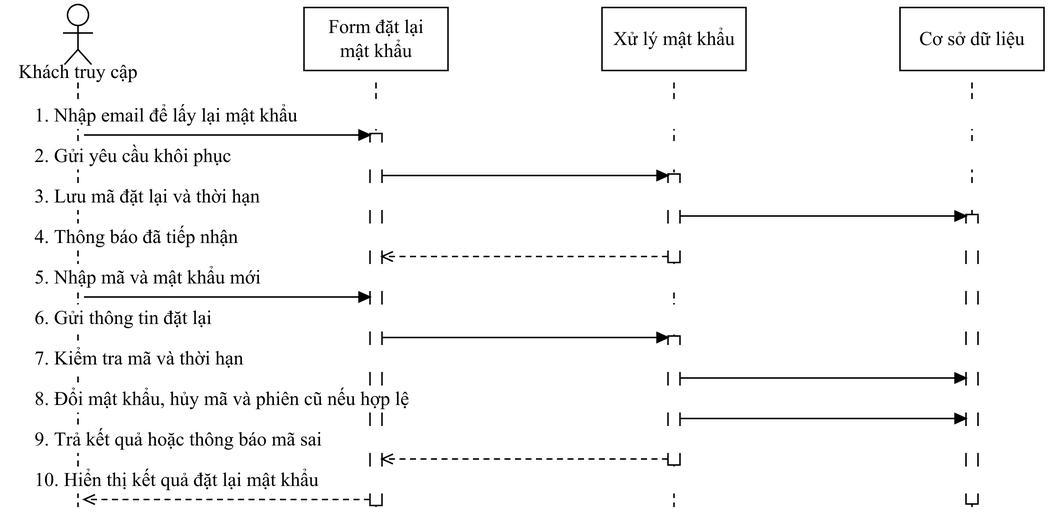
Loccao102/BanHang keeps this draw.io diagram as docs/do-an-LSOUL/So-do-LSOUL-rut-gon/anh-png/SEQ-03.png. Above is the earlier version. Source tidied: cells renumbered, new cells last; positions are measured from the earlier drawing's top-left corner, leaving out a move shared by most shapes.
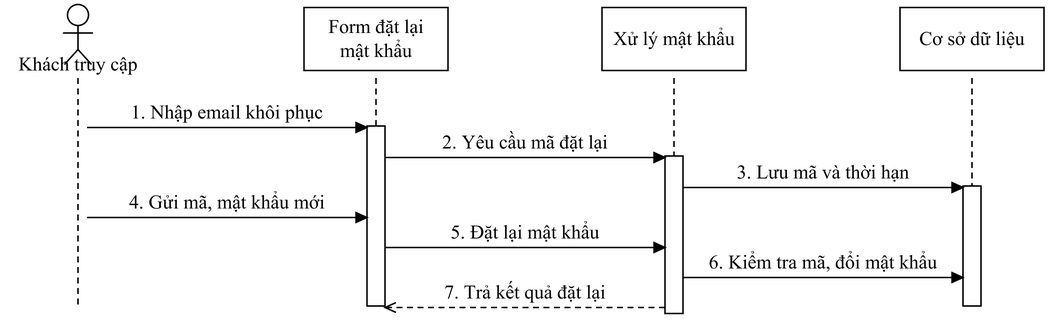
The same file after the commit.

The edit, as a diff of the source:
```diff
@@ -4,160 +4,130 @@
     <mxCell id="1" parent="0" />
     <mxCell id="2" style="fontFamily=Times New Roman;fontSize=13;fontColor=#000000;strokeColor=#000000;strokeWidth=1;fillColor=#FFFFFF;shadow=0;rounded=0;html=0;whiteSpace=wrap;spacing=5;endArrow=none;endFill=1;startArrow=none;dashed=1;dashPattern=4 3;" parent="1" edge="1">
       <mxGeometry relative="1" as="geometry">
-        <mxPoint x="48" y="52" as="sourcePoint" />
-        <mxPoint x="48" y="335" as="targetPoint" />
+        <mxPoint x="48" y="49" as="sourcePoint" />
+        <mxPoint x="48" y="203" as="targetPoint" />
       </mxGeometry>
     </mxCell>
     <mxCell id="3" style="fontFamily=Times New Roman;fontSize=13;fontColor=#000000;strokeColor=#000000;strokeWidth=1;fillColor=#FFFFFF;shadow=0;rounded=0;html=0;whiteSpace=wrap;spacing=5;endArrow=none;endFill=1;startArrow=none;dashed=1;dashPattern=4 3;" parent="1" edge="1">
       <mxGeometry relative="1" as="geometry">
-        <mxPoint x="246.7" y="52" as="sourcePoint" />
-        <mxPoint x="246.7" y="335" as="targetPoint" />
+        <mxPoint x="246.7" y="49" as="sourcePoint" />
+        <mxPoint x="246.7" y="203" as="targetPoint" />
       </mxGeometry>
     </mxCell>
     <mxCell id="4" style="fontFamily=Times New Roman;fontSize=13;fontColor=#000000;strokeColor=#000000;strokeWidth=1;fillColor=#FFFFFF;shadow=0;rounded=0;html=0;whiteSpace=wrap;spacing=5;endArrow=none;endFill=1;startArrow=none;dashed=1;dashPattern=4 3;" parent="1" edge="1">
       <mxGeometry relative="1" as="geometry">
-        <mxPoint x="445.3" y="52" as="sourcePoint" />
-        <mxPoint x="445.3" y="335" as="targetPoint" />
+        <mxPoint x="445.3" y="49" as="sourcePoint" />
+        <mxPoint x="445.3" y="203" as="targetPoint" />
       </mxGeometry>
     </mxCell>
     <mxCell id="5" style="fontFamily=Times New Roman;fontSize=13;fontColor=#000000;strokeColor=#000000;strokeWidth=1;fillColor=#FFFFFF;shadow=0;rounded=0;html=0;whiteSpace=wrap;spacing=5;endArrow=none;endFill=1;startArrow=none;dashed=1;dashPattern=4 3;" parent="1" edge="1">
       <mxGeometry relative="1" as="geometry">
-        <mxPoint x="644" y="52" as="sourcePoint" />
-        <mxPoint x="644" y="335" as="targetPoint" />
+        <mxPoint x="644" y="49" as="sourcePoint" />
+        <mxPoint x="644" y="203" as="targetPoint" />
       </mxGeometry>
     </mxCell>
     <mxCell id="6" style="fontFamily=Times New Roman;fontSize=13;fontColor=#000000;strokeColor=#000000;strokeWidth=1;fillColor=#FFFFFF;shadow=0;rounded=0;html=0;whiteSpace=wrap;spacing=5;align=center;verticalAlign=middle;" parent="1" vertex="1">
-      <mxGeometry x="441.3" y="113" width="8" height="59" as="geometry" />
+      <mxGeometry x="439.3" y="101" width="12" height="105" as="geometry" />
     </mxCell>
     <mxCell id="7" style="fontFamily=Times New Roman;fontSize=13;fontColor=#000000;strokeColor=#000000;strokeWidth=1;fillColor=#FFFFFF;shadow=0;rounded=0;html=0;whiteSpace=wrap;spacing=5;align=center;verticalAlign=middle;" parent="1" vertex="1">
-      <mxGeometry x="441.3" y="221" width="8" height="86" as="geometry" />
+      <mxGeometry x="240.7" y="81" width="12" height="120" as="geometry" />
     </mxCell>
     <mxCell id="8" style="fontFamily=Times New Roman;fontSize=13;fontColor=#000000;strokeColor=#000000;strokeWidth=1;fillColor=#FFFFFF;shadow=0;rounded=0;html=0;whiteSpace=wrap;spacing=5;align=center;verticalAlign=middle;" parent="1" vertex="1">
-      <mxGeometry x="242.7" y="86" width="8" height="248" as="geometry" />
+      <mxGeometry x="638" y="121" width="12" height="80" as="geometry" />
     </mxCell>
-    <mxCell id="9" style="fontFamily=Times New Roman;fontSize=13;fontColor=#000000;strokeColor=#000000;strokeWidth=1;fillColor=#FFFFFF;shadow=0;rounded=0;html=0;whiteSpace=wrap;spacing=5;align=center;verticalAlign=middle;" parent="1" vertex="1">
-      <mxGeometry x="640" y="140" width="8" height="193" as="geometry" />
+    <mxCell id="9" value="1. Nhập email khôi phục" style="fontFamily=Times New Roman;fontSize=13;fontColor=#000000;strokeColor=#000000;strokeWidth=1;fillColor=#FFFFFF;shadow=0;rounded=0;html=0;whiteSpace=wrap;spacing=5;text;strokeColor=none;fillColor=none;align=center;verticalAlign=middle;fillColor=#FFFFFF;" parent="1" vertex="1">
+      <mxGeometry x="59" y="63" width="176.7" height="18" as="geometry" />
     </mxCell>
-    <mxCell id="10" value="1. Nhập email để lấy lại mật khẩu" style="fontFamily=Times New Roman;fontSize=13;fontColor=#000000;strokeColor=#000000;strokeWidth=1;fillColor=#FFFFFF;shadow=0;rounded=0;html=0;whiteSpace=wrap;spacing=5;text;strokeColor=none;fillColor=none;align=left;verticalAlign=middle;fillColor=#FFFFFF;" parent="1" vertex="1">
-      <mxGeometry x="14" y="65" width="664" height="18" as="geometry" />
+    <mxCell id="10" style="fontFamily=Times New Roman;fontSize=13;fontColor=#000000;strokeColor=#000000;strokeWidth=1;fillColor=#FFFFFF;shadow=0;rounded=0;html=0;whiteSpace=wrap;spacing=5;endArrow=block;endFill=1;startArrow=none;" parent="1" edge="1">
+      <mxGeometry relative="1" as="geometry">
+        <mxPoint x="54" y="82" as="sourcePoint" />
+        <mxPoint x="240.7" y="82" as="targetPoint" />
+      </mxGeometry>
     </mxCell>
-    <mxCell id="11" style="fontFamily=Times New Roman;fontSize=13;fontColor=#000000;strokeColor=#000000;strokeWidth=1;fillColor=#FFFFFF;shadow=0;rounded=0;html=0;whiteSpace=wrap;spacing=5;endArrow=block;endFill=1;startArrow=none;" parent="1" edge="1">
-      <mxGeometry relative="1" as="geometry">
-        <mxPoint x="52" y="87" as="sourcePoint" />
-        <mxPoint x="242.7" y="87" as="targetPoint" />
-      </mxGeometry>
+    <mxCell id="11" value="2. Yêu cầu mã đặt lại" style="fontFamily=Times New Roman;fontSize=13;fontColor=#000000;strokeColor=#000000;strokeWidth=1;fillColor=#FFFFFF;shadow=0;rounded=0;html=0;whiteSpace=wrap;spacing=5;text;strokeColor=none;fillColor=none;align=center;verticalAlign=middle;fillColor=#FFFFFF;" parent="1" vertex="1">
+      <mxGeometry x="257.7" y="83" width="176.7" height="18" as="geometry" />
     </mxCell>
-    <mxCell id="12" value="2. Gửi yêu cầu khôi phục" style="fontFamily=Times New Roman;fontSize=13;fontColor=#000000;strokeColor=#000000;strokeWidth=1;fillColor=#FFFFFF;shadow=0;rounded=0;html=0;whiteSpace=wrap;spacing=5;text;strokeColor=none;fillColor=none;align=left;verticalAlign=middle;fillColor=#FFFFFF;" parent="1" vertex="1">
-      <mxGeometry x="14" y="92" width="664" height="18" as="geometry" />
+    <mxCell id="12" style="fontFamily=Times New Roman;fontSize=13;fontColor=#000000;strokeColor=#000000;strokeWidth=1;fillColor=#FFFFFF;shadow=0;rounded=0;html=0;whiteSpace=wrap;spacing=5;endArrow=block;endFill=1;startArrow=none;" parent="1" edge="1">
+      <mxGeometry relative="1" as="geometry">
+        <mxPoint x="252.7" y="102" as="sourcePoint" />
+        <mxPoint x="439.3" y="102" as="targetPoint" />
+      </mxGeometry>
     </mxCell>
-    <mxCell id="13" style="fontFamily=Times New Roman;fontSize=13;fontColor=#000000;strokeColor=#000000;strokeWidth=1;fillColor=#FFFFFF;shadow=0;rounded=0;html=0;whiteSpace=wrap;spacing=5;endArrow=block;endFill=1;startArrow=none;" parent="1" edge="1">
-      <mxGeometry relative="1" as="geometry">
-        <mxPoint x="250.7" y="114" as="sourcePoint" />
-        <mxPoint x="441.3" y="114" as="targetPoint" />
-      </mxGeometry>
+    <mxCell id="13" value="3. Lưu mã và thời hạn" style="fontFamily=Times New Roman;fontSize=13;fontColor=#000000;strokeColor=#000000;strokeWidth=1;fillColor=#FFFFFF;shadow=0;rounded=0;html=0;whiteSpace=wrap;spacing=5;text;strokeColor=none;fillColor=none;align=center;verticalAlign=middle;fillColor=#FFFFFF;" parent="1" vertex="1">
+      <mxGeometry x="456.3" y="103" width="176.7" height="18" as="geometry" />
     </mxCell>
-    <mxCell id="14" value="3. Lưu mã đặt lại và thời hạn" style="fontFamily=Times New Roman;fontSize=13;fontColor=#000000;strokeColor=#000000;strokeWidth=1;fillColor=#FFFFFF;shadow=0;rounded=0;html=0;whiteSpace=wrap;spacing=5;text;strokeColor=none;fillColor=none;align=left;verticalAlign=middle;fillColor=#FFFFFF;" parent="1" vertex="1">
-      <mxGeometry x="14" y="119" width="664" height="18" as="geometry" />
+    <mxCell id="14" style="fontFamily=Times New Roman;fontSize=13;fontColor=#000000;strokeColor=#000000;strokeWidth=1;fillColor=#FFFFFF;shadow=0;rounded=0;html=0;whiteSpace=wrap;spacing=5;endArrow=block;endFill=1;startArrow=none;" parent="1" edge="1">
+      <mxGeometry relative="1" as="geometry">
+        <mxPoint x="451.3" y="122" as="sourcePoint" />
+        <mxPoint x="638" y="122" as="targetPoint" />
+      </mxGeometry>
     </mxCell>
-    <mxCell id="15" style="fontFamily=Times New Roman;fontSize=13;fontColor=#000000;strokeColor=#000000;strokeWidth=1;fillColor=#FFFFFF;shadow=0;rounded=0;html=0;whiteSpace=wrap;spacing=5;endArrow=block;endFill=1;startArrow=none;" parent="1" edge="1">
-      <mxGeometry relative="1" as="geometry">
-        <mxPoint x="449.3" y="141" as="sourcePoint" />
-        <mxPoint x="640" y="141" as="targetPoint" />
-      </mxGeometry>
+    <mxCell id="15" value="4. Gửi mã, mật khẩu mới" style="fontFamily=Times New Roman;fontSize=13;fontColor=#000000;strokeColor=#000000;strokeWidth=1;fillColor=#FFFFFF;shadow=0;rounded=0;html=0;whiteSpace=wrap;spacing=5;text;strokeColor=none;fillColor=none;align=center;verticalAlign=middle;fillColor=#FFFFFF;" parent="1" vertex="1">
+      <mxGeometry x="59" y="123" width="176.7" height="18" as="geometry" />
     </mxCell>
-    <mxCell id="16" value="4. Thông báo đã tiếp nhận" style="fontFamily=Times New Roman;fontSize=13;fontColor=#000000;strokeColor=#000000;strokeWidth=1;fillColor=#FFFFFF;shadow=0;rounded=0;html=0;whiteSpace=wrap;spacing=5;text;strokeColor=none;fillColor=none;align=left;verticalAlign=middle;fillColor=#FFFFFF;" parent="1" vertex="1">
-      <mxGeometry x="14" y="146" width="664" height="18" as="geometry" />
+    <mxCell id="16" style="fontFamily=Times New Roman;fontSize=13;fontColor=#000000;strokeColor=#000000;strokeWidth=1;fillColor=#FFFFFF;shadow=0;rounded=0;html=0;whiteSpace=wrap;spacing=5;endArrow=block;endFill=1;startArrow=none;" parent="1" edge="1">
+      <mxGeometry relative="1" as="geometry">
+        <mxPoint x="54" y="142" as="sourcePoint" />
+        <mxPoint x="240.7" y="142" as="targetPoint" />
+      </mxGeometry>
     </mxCell>
-    <mxCell id="17" style="fontFamily=Times New Roman;fontSize=13;fontColor=#000000;strokeColor=#000000;strokeWidth=1;fillColor=#FFFFFF;shadow=0;rounded=0;html=0;whiteSpace=wrap;spacing=5;endArrow=open;endFill=1;startArrow=none;dashed=1;dashPattern=4 3;" parent="1" edge="1">
-      <mxGeometry relative="1" as="geometry">
-        <mxPoint x="441.3" y="168" as="sourcePoint" />
-        <mxPoint x="250.7" y="168" as="targetPoint" />
-      </mxGeometry>
+    <mxCell id="17" value="5. Đặt lại mật khẩu" style="fontFamily=Times New Roman;fontSize=13;fontColor=#000000;strokeColor=#000000;strokeWidth=1;fillColor=#FFFFFF;shadow=0;rounded=0;html=0;whiteSpace=wrap;spacing=5;text;strokeColor=none;fillColor=none;align=center;verticalAlign=middle;fillColor=#FFFFFF;" parent="1" vertex="1">
+      <mxGeometry x="257.7" y="143" width="176.7" height="18" as="geometry" />
     </mxCell>
-    <mxCell id="18" value="5. Nhập mã và mật khẩu mới" style="fontFamily=Times New Roman;fontSize=13;fontColor=#000000;strokeColor=#000000;strokeWidth=1;fillColor=#FFFFFF;shadow=0;rounded=0;html=0;whiteSpace=wrap;spacing=5;text;strokeColor=none;fillColor=none;align=left;verticalAlign=middle;fillColor=#FFFFFF;" parent="1" vertex="1">
-      <mxGeometry x="14" y="173" width="664" height="18" as="geometry" />
+    <mxCell id="18" style="fontFamily=Times New Roman;fontSize=13;fontColor=#000000;strokeColor=#000000;strokeWidth=1;fillColor=#FFFFFF;shadow=0;rounded=0;html=0;whiteSpace=wrap;spacing=5;endArrow=block;endFill=1;startArrow=none;" parent="1" edge="1">
+      <mxGeometry relative="1" as="geometry">
+        <mxPoint x="252.7" y="162" as="sourcePoint" />
+        <mxPoint x="439.3" y="162" as="targetPoint" />
+      </mxGeometry>
     </mxCell>
-    <mxCell id="19" style="fontFamily=Times New Roman;fontSize=13;fontColor=#000000;strokeColor=#000000;strokeWidth=1;fillColor=#FFFFFF;shadow=0;rounded=0;html=0;whiteSpace=wrap;spacing=5;endArrow=block;endFill=1;startArrow=none;" parent="1" edge="1">
-      <mxGeometry relative="1" as="geometry">
-        <mxPoint x="52" y="195" as="sourcePoint" />
-        <mxPoint x="242.7" y="195" as="targetPoint" />
-      </mxGeometry>
+    <mxCell id="19" value="6. Kiểm tra mã, đổi mật khẩu" style="fontFamily=Times New Roman;fontSize=13;fontColor=#000000;strokeColor=#000000;strokeWidth=1;fillColor=#FFFFFF;shadow=0;rounded=0;html=0;whiteSpace=wrap;spacing=5;text;strokeColor=none;fillColor=none;align=center;verticalAlign=middle;fillColor=#FFFFFF;" parent="1" vertex="1">
+      <mxGeometry x="456.3" y="163" width="176.7" height="18" as="geometry" />
     </mxCell>
-    <mxCell id="20" value="6. Gửi thông tin đặt lại" style="fontFamily=Times New Roman;fontSize=13;fontColor=#000000;strokeColor=#000000;strokeWidth=1;fillColor=#FFFFFF;shadow=0;rounded=0;html=0;whiteSpace=wrap;spacing=5;text;strokeColor=none;fillColor=none;align=left;verticalAlign=middle;fillColor=#FFFFFF;" parent="1" vertex="1">
-      <mxGeometry x="14" y="200" width="664" height="18" as="geometry" />
+    <mxCell id="20" style="fontFamily=Times New Roman;fontSize=13;fontColor=#000000;strokeColor=#000000;strokeWidth=1;fillColor=#FFFFFF;shadow=0;rounded=0;html=0;whiteSpace=wrap;spacing=5;endArrow=block;endFill=1;startArrow=none;" parent="1" edge="1">
+      <mxGeometry relative="1" as="geometry">
+        <mxPoint x="451.3" y="182" as="sourcePoint" />
+        <mxPoint x="638" y="182" as="targetPoint" />
+      </mxGeometry>
     </mxCell>
-    <mxCell id="21" style="fontFamily=Times New Roman;fontSize=13;fontColor=#000000;strokeColor=#000000;strokeWidth=1;fillColor=#FFFFFF;shadow=0;rounded=0;html=0;whiteSpace=wrap;spacing=5;endArrow=block;endFill=1;startArrow=none;" parent="1" edge="1">
-      <mxGeometry relative="1" as="geometry">
-        <mxPoint x="250.7" y="222" as="sourcePoint" />
-        <mxPoint x="441.3" y="222" as="targetPoint" />
-      </mxGeometry>
+    <mxCell id="21" value="7. Trả kết quả đặt lại" style="fontFamily=Times New Roman;fontSize=13;fontColor=#000000;strokeColor=#000000;strokeWidth=1;fillColor=#FFFFFF;shadow=0;rounded=0;html=0;whiteSpace=wrap;spacing=5;text;strokeColor=none;fillColor=none;align=center;verticalAlign=middle;fillColor=#FFFFFF;" parent="1" vertex="1">
+      <mxGeometry x="257.7" y="183" width="176.7" height="18" as="geometry" />
     </mxCell>
-    <mxCell id="22" value="7. Kiểm tra mã và thời hạn" style="fontFamily=Times New Roman;fontSize=13;fontColor=#000000;strokeColor=#000000;strokeWidth=1;fillColor=#FFFFFF;shadow=0;rounded=0;html=0;whiteSpace=wrap;spacing=5;text;strokeColor=none;fillColor=none;align=left;verticalAlign=middle;fillColor=#FFFFFF;" parent="1" vertex="1">
-      <mxGeometry x="14" y="227" width="664" height="18" as="geometry" />
+    <mxCell id="22" style="fontFamily=Times New Roman;fontSize=13;fontColor=#000000;strokeColor=#000000;strokeWidth=1;fillColor=#FFFFFF;shadow=0;rounded=0;html=0;whiteSpace=wrap;spacing=5;endArrow=open;endFill=1;startArrow=none;dashed=1;dashPattern=4 3;" parent="1" edge="1">
+      <mxGeometry relative="1" as="geometry">
+        <mxPoint x="439.3" y="202" as="sourcePoint" />
+        <mxPoint x="252.7" y="202" as="targetPoint" />
+      </mxGeometry>
     </mxCell>
-    <mxCell id="23" style="fontFamily=Times New Roman;fontSize=13;fontColor=#000000;strokeColor=#000000;strokeWidth=1;fillColor=#FFFFFF;shadow=0;rounded=0;html=0;whiteSpace=wrap;spacing=5;endArrow=block;endFill=1;startArrow=none;" parent="1" edge="1">
-      <mxGeometry relative="1" as="geometry">
-        <mxPoint x="449.3" y="249" as="sourcePoint" />
-        <mxPoint x="640" y="249" as="targetPoint" />
-      </mxGeometry>
+    <mxCell id="23" style="fontFamily=Times New Roman;fontSize=13;fontColor=#000000;strokeColor=#000000;strokeWidth=1;fillColor=#FFFFFF;shadow=0;rounded=0;html=0;whiteSpace=wrap;spacing=5;ellipse;perimeter=ellipsePerimeter;align=center;verticalAlign=middle;" parent="1" vertex="1">
+      <mxGeometry x="41" width="14" height="14" as="geometry" />
     </mxCell>
-    <mxCell id="24" value="8. Đổi mật khẩu, hủy mã và phiên cũ nếu hợp lệ" style="fontFamily=Times New Roman;fontSize=13;fontColor=#000000;strokeColor=#000000;strokeWidth=1;fillColor=#FFFFFF;shadow=0;rounded=0;html=0;whiteSpace=wrap;spacing=5;text;strokeColor=none;fillColor=none;align=left;verticalAlign=middle;fillColor=#FFFFFF;" parent="1" vertex="1">
-      <mxGeometry x="14" y="254" width="664" height="18" as="geometry" />
+    <mxCell id="24" style="fontFamily=Times New Roman;fontSize=13;fontColor=#000000;strokeColor=#000000;strokeWidth=1;fillColor=#FFFFFF;shadow=0;rounded=0;html=0;whiteSpace=wrap;spacing=5;endArrow=none;endFill=1;startArrow=none;" parent="1" edge="1">
+      <mxGeometry relative="1" as="geometry">
+        <mxPoint x="48" y="14" as="sourcePoint" />
+        <mxPoint x="48" y="30" as="targetPoint" />
+      </mxGeometry>
     </mxCell>
-    <mxCell id="25" style="fontFamily=Times New Roman;fontSize=13;fontColor=#000000;strokeColor=#000000;strokeWidth=1;fillColor=#FFFFFF;shadow=0;rounded=0;html=0;whiteSpace=wrap;spacing=5;endArrow=block;endFill=1;startArrow=none;" parent="1" edge="1">
+    <mxCell id="25" style="fontFamily=Times New Roman;fontSize=13;fontColor=#000000;strokeColor=#000000;strokeWidth=1;fillColor=#FFFFFF;shadow=0;rounded=0;html=0;whiteSpace=wrap;spacing=5;endArrow=none;endFill=1;startArrow=none;" parent="1" edge="1">
       <mxGeometry relative="1" as="geometry">
-        <mxPoint x="449.3" y="276" as="sourcePoint" />
-        <mxPoint x="640" y="276" as="targetPoint" />
+        <mxPoint x="38" y="19" as="sourcePoint" />
+        <mxPoint x="58" y="19" as="targetPoint" />
       </mxGeometry>
     </mxCell>
-    <mxCell id="26" value="9. Trả kết quả hoặc thông báo mã sai" style="fontFamily=Times New Roman;fontSize=13;fontColor=#000000;strokeColor=#000000;strokeWidth=1;fillColor=#FFFFFF;shadow=0;rounded=0;html=0;whiteSpace=wrap;spacing=5;text;strokeColor=none;fillColor=none;align=left;verticalAlign=middle;fillColor=#FFFFFF;" parent="1" vertex="1">
-      <mxGeometry x="14" y="281" width="664" height="18" as="geometry" />
+    <mxCell id="26" style="fontFamily=Times New Roman;fontSize=13;fontColor=#000000;strokeColor=#000000;strokeWidth=1;fillColor=#FFFFFF;shadow=0;rounded=0;html=0;whiteSpace=wrap;spacing=5;endArrow=none;endFill=1;startArrow=none;" parent="1" edge="1">
+      <mxGeometry relative="1" as="geometry">
+        <mxPoint x="48" y="30" as="sourcePoint" />
+        <mxPoint x="39" y="40" as="targetPoint" />
+      </mxGeometry>
     </mxCell>
-    <mxCell id="27" style="fontFamily=Times New Roman;fontSize=13;fontColor=#000000;strokeColor=#000000;strokeWidth=1;fillColor=#FFFFFF;shadow=0;rounded=0;html=0;whiteSpace=wrap;spacing=5;endArrow=open;endFill=1;startArrow=none;dashed=1;dashPattern=4 3;" parent="1" edge="1">
+    <mxCell id="27" style="fontFamily=Times New Roman;fontSize=13;fontColor=#000000;strokeColor=#000000;strokeWidth=1;fillColor=#FFFFFF;shadow=0;rounded=0;html=0;whiteSpace=wrap;spacing=5;endArrow=none;endFill=1;startArrow=none;" parent="1" edge="1">
       <mxGeometry relative="1" as="geometry">
-        <mxPoint x="441.3" y="303" as="sourcePoint" />
-        <mxPoint x="250.7" y="303" as="targetPoint" />
+        <mxPoint x="48" y="30" as="sourcePoint" />
+        <mxPoint x="57" y="40" as="targetPoint" />
       </mxGeometry>
     </mxCell>
-    <mxCell id="28" value="10. Hiển thị kết quả đặt lại mật khẩu" style="fontFamily=Times New Roman;fontSize=13;fontColor=#000000;strokeColor=#000000;strokeWidth=1;fillColor=#FFFFFF;shadow=0;rounded=0;html=0;whiteSpace=wrap;spacing=5;text;strokeColor=none;fillColor=none;align=left;verticalAlign=middle;fillColor=#FFFFFF;" parent="1" vertex="1">
-      <mxGeometry x="14" y="308" width="664" height="18" as="geometry" />
+    <mxCell id="28" value="Khách truy cập" style="fontFamily=Times New Roman;fontSize=13;fontColor=#000000;strokeColor=#000000;strokeWidth=1;fillColor=#FFFFFF;shadow=0;rounded=0;html=0;whiteSpace=wrap;spacing=5;text;strokeColor=none;fillColor=none;align=center;verticalAlign=middle;" parent="1" vertex="1">
+      <mxGeometry y="32" width="96" height="16" as="geometry" />
     </mxCell>
-    <mxCell id="29" style="fontFamily=Times New Roman;fontSize=13;fontColor=#000000;strokeColor=#000000;strokeWidth=1;fillColor=#FFFFFF;shadow=0;rounded=0;html=0;whiteSpace=wrap;spacing=5;endArrow=open;endFill=1;startArrow=none;dashed=1;dashPattern=4 3;" parent="1" edge="1">
-      <mxGeometry relative="1" as="geometry">
-        <mxPoint x="242.7" y="330" as="sourcePoint" />
-        <mxPoint x="52" y="330" as="targetPoint" />
-      </mxGeometry>
-    </mxCell>
-    <mxCell id="30" style="fontFamily=Times New Roman;fontSize=13;fontColor=#000000;strokeColor=#000000;strokeWidth=1;fillColor=#FFFFFF;shadow=0;rounded=0;html=0;whiteSpace=wrap;spacing=5;ellipse;perimeter=ellipsePerimeter;align=center;verticalAlign=middle;" parent="1" vertex="1">
-      <mxGeometry x="41" width="14" height="14" as="geometry" />
-    </mxCell>
-    <mxCell id="31" style="fontFamily=Times New Roman;fontSize=13;fontColor=#000000;strokeColor=#000000;strokeWidth=1;fillColor=#FFFFFF;shadow=0;rounded=0;html=0;whiteSpace=wrap;spacing=5;endArrow=none;endFill=1;startArrow=none;" parent="1" edge="1">
-      <mxGeometry relative="1" as="geometry">
-        <mxPoint x="48" y="14" as="sourcePoint" />
-        <mxPoint x="48" y="30" as="targetPoint" />
-      </mxGeometry>
-    </mxCell>
-    <mxCell id="32" style="fontFamily=Times New Roman;fontSize=13;fontColor=#000000;strokeColor=#000000;strokeWidth=1;fillColor=#FFFFFF;shadow=0;rounded=0;html=0;whiteSpace=wrap;spacing=5;endArrow=none;endFill=1;startArrow=none;" parent="1" edge="1">
-      <mxGeometry relative="1" as="geometry">
-        <mxPoint x="38" y="19" as="sourcePoint" />
-        <mxPoint x="58" y="19" as="targetPoint" />
-      </mxGeometry>
-    </mxCell>
-    <mxCell id="33" style="fontFamily=Times New Roman;fontSize=13;fontColor=#000000;strokeColor=#000000;strokeWidth=1;fillColor=#FFFFFF;shadow=0;rounded=0;html=0;whiteSpace=wrap;spacing=5;endArrow=none;endFill=1;startArrow=none;" parent="1" edge="1">
-      <mxGeometry relative="1" as="geometry">
-        <mxPoint x="48" y="30" as="sourcePoint" />
-        <mxPoint x="39" y="40" as="targetPoint" />
-      </mxGeometry>
-    </mxCell>
-    <mxCell id="34" style="fontFamily=Times New Roman;fontSize=13;fontColor=#000000;strokeColor=#000000;strokeWidth=1;fillColor=#FFFFFF;shadow=0;rounded=0;html=0;whiteSpace=wrap;spacing=5;endArrow=none;endFill=1;startArrow=none;" parent="1" edge="1">
-      <mxGeometry relative="1" as="geometry">
-        <mxPoint x="48" y="30" as="sourcePoint" />
-        <mxPoint x="57" y="40" as="targetPoint" />
-      </mxGeometry>
-    </mxCell>
-    <mxCell id="35" value="Khách truy cập" style="fontFamily=Times New Roman;fontSize=13;fontColor=#000000;strokeColor=#000000;strokeWidth=1;fillColor=#FFFFFF;shadow=0;rounded=0;html=0;whiteSpace=wrap;spacing=5;text;strokeColor=none;fillColor=none;align=center;verticalAlign=middle;" parent="1" vertex="1">
-      <mxGeometry y="37" width="96" height="16" as="geometry" />
-    </mxCell>
     <mxCell id="36" value="Form đặt lại mật khẩu" style="fontFamily=Times New Roman;fontSize=13;fontColor=#000000;strokeColor=#000000;strokeWidth=1;fillColor=#FFFFFF;shadow=0;rounded=0;html=0;whiteSpace=wrap;spacing=5;align=center;verticalAlign=middle;" parent="1" vertex="1">
       <mxGeometry x="198.7" y="2" width="96" height="42" as="geometry" />
     </mxCell>
```
